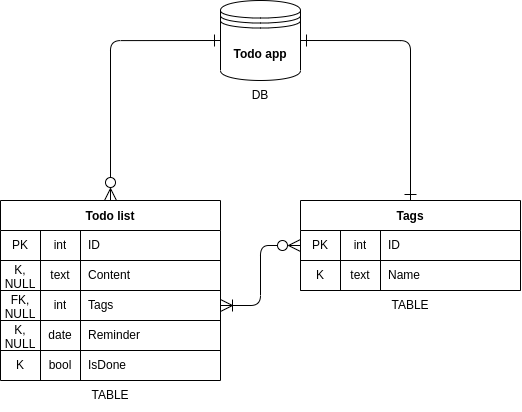
This is database/week2/erd.png from fn-ix/foocoding, a draw.io export, as it was before one commit. Source tidied: cells renumbered, new cells last; positions are measured from the earlier drawing's top-left corner, leaving out a move shared by most shapes.
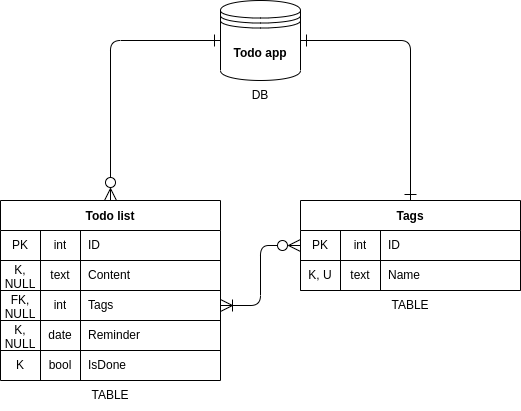
The same file after the commit.

Diff of the diagram source:
```diff
@@ -86,7 +86,7 @@
     <mxCell id="29" style="shape=partialRectangle;html=1;whiteSpace=wrap;fillColor=none;top=0;left=0;bottom=1;right=0;" parent="24" vertex="1">
       <mxGeometry y="60" width="220" height="30" as="geometry" />
     </mxCell>
-    <mxCell id="30" value="K" style="shape=partialRectangle;html=1;whiteSpace=wrap;fillColor=none;top=0;left=0;bottom=0;right=0;overflow=hidden;" parent="29" vertex="1">
+    <mxCell id="30" value="K, U" style="shape=partialRectangle;html=1;whiteSpace=wrap;fillColor=none;top=0;left=0;bottom=0;right=0;overflow=hidden;" parent="29" vertex="1">
       <mxGeometry width="40" height="30" as="geometry" />
     </mxCell>
     <mxCell id="31" value="text" style="shape=partialRectangle;html=1;whiteSpace=wrap;fillColor=none;top=0;left=0;bottom=0;right=0;overflow=hidden;" parent="29" vertex="1">
```
